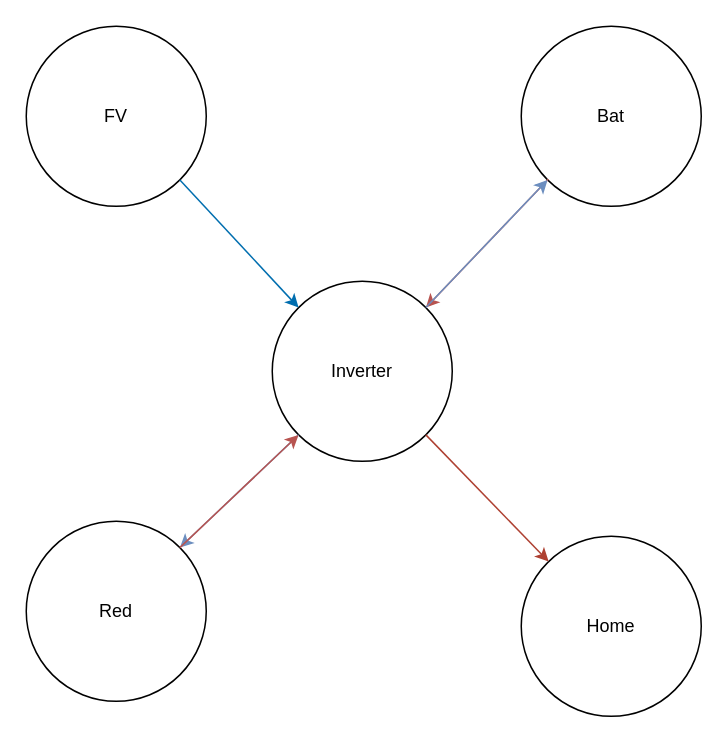
Above: diagrams/xml/CursoFlowCharting-Flujo-Nodos-KitSolar.drawio.xml in GATORU-ACADEMY/Curso-FlowCharting-Principiante-2023 (draw.io), before the change. Source tidied: cells renumbered, new cells numbered last; positions are measured from the earlier drawing's top-left corner, leaving out a move shared by most shapes. Both pictures are drawn from the tidied source at 150%, with x=0, y=0 at pixel (26, 26).
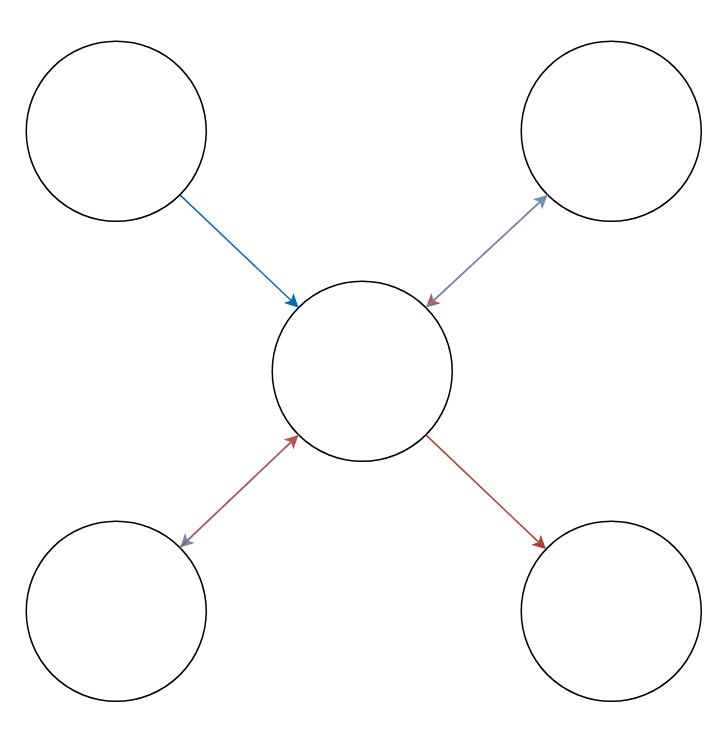
The same diagram, later.

Diff of the diagram source:
```diff
@@
 <mxGraphModel>
   <root>
     <mxCell id="0" />
     <mxCell id="1" parent="0" />
-    <mxCell id="2" value="Inverter" style="ellipse;whiteSpace=wrap;html=1;" parent="1" vertex="1">
+    <mxCell id="2" style="ellipse;whiteSpace=wrap;html=1;" parent="1" vertex="1">
       <mxGeometry x="164" y="170" width="120" height="120" as="geometry" />
     </mxCell>
-    <mxCell id="3" value="Red" style="ellipse;whiteSpace=wrap;html=1;" parent="1" vertex="1">
+    <mxCell id="3" style="ellipse;whiteSpace=wrap;html=1;" parent="1" vertex="1">
       <mxGeometry y="330" width="120" height="120" as="geometry" />
     </mxCell>
-    <mxCell id="4" value="Home" style="ellipse;whiteSpace=wrap;html=1;" parent="1" vertex="1">
-      <mxGeometry x="330" y="340" width="120" height="120" as="geometry" />
+    <mxCell id="4" style="ellipse;whiteSpace=wrap;html=1;" parent="1" vertex="1">
+      <mxGeometry x="330" y="330" width="120" height="120" as="geometry" />
     </mxCell>
-    <mxCell id="5" value="FV" style="ellipse;whiteSpace=wrap;html=1;fillOpacity=100;gradientColor=none;noLabel=0;snapToPoint=1;fixDash=1;backgroundOutline=1;" parent="1" vertex="1">
-      <mxGeometry width="120" height="120" as="geometry" />
-    </mxCell>
-    <mxCell id="6" value="Bat" style="ellipse;whiteSpace=wrap;html=1;snapToPoint=1;" parent="1" vertex="1">
-      <mxGeometry x="330" width="120" height="120" as="geometry" />
+    <mxCell id="6" style="ellipse;whiteSpace=wrap;html=1;snapToPoint=1;" parent="1" vertex="1">
+      <mxGeometry x="330" y="10" width="120" height="120" as="geometry" />
     </mxCell>
-    <mxCell id="7" style="endArrow=classic;html=1;rounded=0;exitX=1;exitY=1;exitDx=0;exitDy=0;flowAnimation=1;fillColor=#1ba1e2;strokeColor=#006EAF;entryX=0;entryY=0;entryDx=0;entryDy=0;" parent="1" edge="1" source="5" target="2">
+    <mxCell id="7" style="endArrow=classic;html=1;rounded=0;exitX=1;exitY=1;exitDx=0;exitDy=0;flowAnimation=1;fillColor=#1ba1e2;strokeColor=#006EAF;entryX=0;entryY=0;entryDx=0;entryDy=0;" parent="1" edge="1" source="13" target="2">
       <mxGeometry relative="1" as="geometry" />
     </mxCell>
     <mxCell id="8" style="endArrow=classic;html=1;rounded=0;flowAnimation=1;fillColor=#f8cecc;strokeColor=#b85450;entryX=1;entryY=0;entryDx=0;entryDy=0;" parent="1" edge="1" source="6" target="2">
       <mxGeometry relative="1" as="geometry" />
     </mxCell>
     <mxCell id="9" style="endArrow=classic;html=1;rounded=0;exitX=0;exitY=1;exitDx=0;exitDy=0;entryX=1;entryY=0;entryDx=0;entryDy=0;fillColor=#dae8fc;strokeColor=#6c8ebf;flowAnimation=1;" parent="1" edge="1" source="2" target="3">
       <mxGeometry relative="1" as="geometry" />
     </mxCell>
     <mxCell id="10" style="endArrow=classic;html=1;rounded=0;fillColor=#fad9d5;strokeColor=#ae4132;startArrow=none;startFill=0;endFill=1;flowAnimation=1;noJump=0;exitX=1;exitY=1;exitDx=0;exitDy=0;" parent="1" edge="1" source="2" target="4">
       <mxGeometry relative="1" as="geometry" />
     </mxCell>
     <mxCell id="11" style="endArrow=classic;html=1;rounded=0;exitX=1;exitY=0;exitDx=0;exitDy=0;entryX=0;entryY=1;entryDx=0;entryDy=0;fillColor=#f8cecc;strokeColor=#b85450;flowAnimation=1;" parent="1" edge="1" source="3" target="2">
       <mxGeometry relative="1" as="geometry" />
     </mxCell>
     <mxCell id="12" style="endArrow=classic;html=1;rounded=0;flowAnimation=1;fillColor=#dae8fc;strokeColor=#6c8ebf;entryX=0;entryY=1;entryDx=0;entryDy=0;exitX=1;exitY=0;exitDx=0;exitDy=0;" parent="1" edge="1" source="2" target="6">
       <mxGeometry relative="1" as="geometry" />
     </mxCell>
+    <mxCell id="13" style="ellipse;whiteSpace=wrap;html=1;snapToPoint=1;" parent="1" vertex="1">
+      <mxGeometry y="10" width="120" height="120" as="geometry" />
+    </mxCell>
   </root>
 </mxGraphModel>
```
